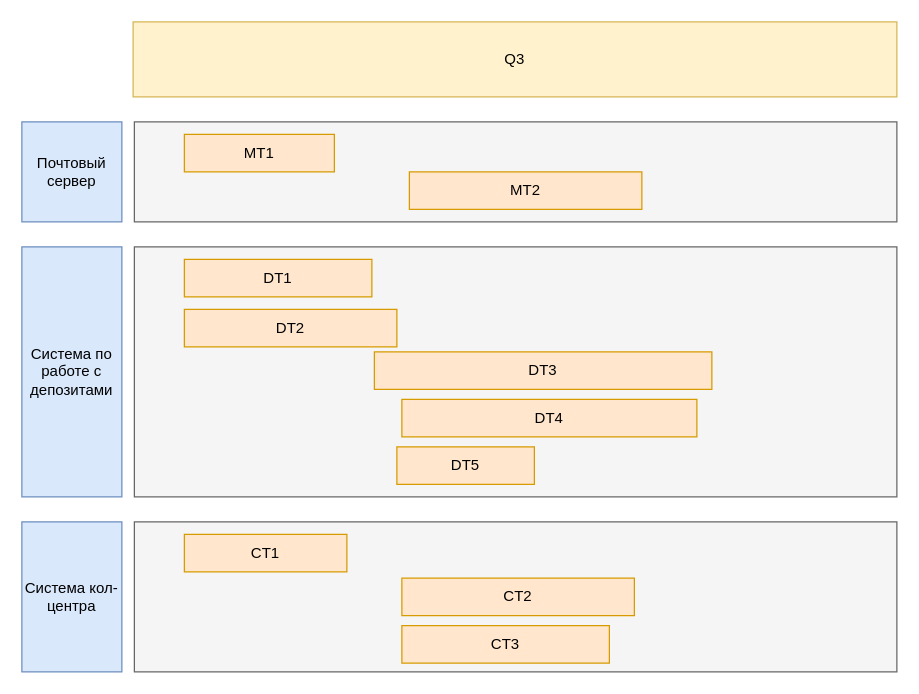
Earlier version of the draw.io diagram Task4/road_map.drawio (Dryannykh/architecture-standart). Source tidied: cells renumbered, new cells numbered last; positions are measured from the earlier drawing's top-left corner, leaving out a move shared by most shapes. Both pictures are drawn from the tidied source at 125%, with x=0, y=0 at pixel (21, 21).
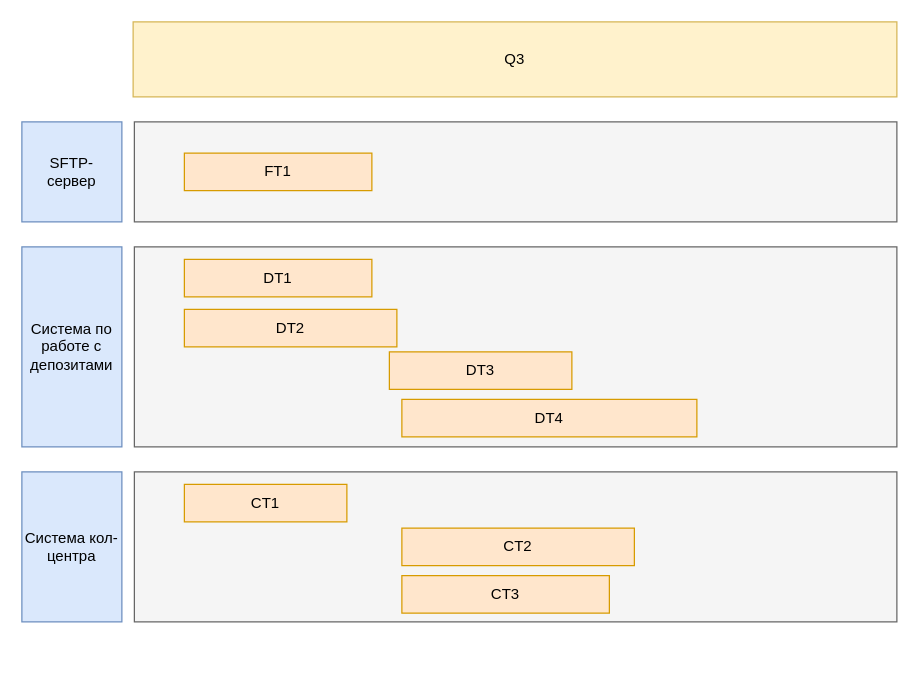
The same diagram, later.

Diff of the diagram source:
```diff
@@
 <mxGraphModel>
   <root>
     <mxCell id="0" />
     <mxCell id="1" parent="0" />
-    <mxCell id="2" value="Почтовый&lt;div&gt;сервер&lt;/div&gt;" style="whiteSpace=wrap;html=1;fillColor=#dae8fc;strokeColor=#6c8ebf;" parent="1" vertex="1">
+    <mxCell id="2" value="SFTP-&lt;div&gt;сервер&lt;/div&gt;" style="whiteSpace=wrap;html=1;fillColor=#dae8fc;strokeColor=#6c8ebf;" parent="1" vertex="1">
       <mxGeometry y="80" width="80" height="80" as="geometry" />
     </mxCell>
     <mxCell id="3" value="Q3" style="rounded=0;whiteSpace=wrap;html=1;fillColor=#fff2cc;strokeColor=#d6b656;" parent="1" vertex="1">
       <mxGeometry x="89" width="611" height="60" as="geometry" />
     </mxCell>
     <mxCell id="4" style="rounded=0;whiteSpace=wrap;html=1;fillColor=#f5f5f5;fontColor=#333333;strokeColor=#666666;" parent="1" vertex="1">
       <mxGeometry x="90" y="80" width="610" height="80" as="geometry" />
     </mxCell>
     <mxCell id="5" style="rounded=0;whiteSpace=wrap;html=1;fillColor=#f5f5f5;fontColor=#333333;strokeColor=#666666;" parent="1" vertex="1">
-      <mxGeometry x="90" y="180" width="610" height="200" as="geometry" />
+      <mxGeometry x="90" y="180" width="610" height="160" as="geometry" />
     </mxCell>
     <mxCell id="6" style="rounded=0;whiteSpace=wrap;html=1;fillColor=#f5f5f5;fontColor=#333333;strokeColor=#666666;" parent="1" vertex="1">
-      <mxGeometry x="90" y="400" width="610" height="120" as="geometry" />
+      <mxGeometry x="90" y="360" width="610" height="120" as="geometry" />
     </mxCell>
-    <mxCell id="7" value="MT1" style="rounded=0;whiteSpace=wrap;html=1;fillColor=#ffe6cc;strokeColor=#d79b00;" parent="1" vertex="1">
-      <mxGeometry x="130" y="90" width="120" height="30" as="geometry" />
+    <mxCell id="7" value="FT1" style="rounded=0;whiteSpace=wrap;html=1;fillColor=#ffe6cc;strokeColor=#d79b00;" parent="1" vertex="1">
+      <mxGeometry x="130" y="105" width="150" height="30" as="geometry" />
     </mxCell>
-    <mxCell id="8" value="MT2" style="rounded=0;whiteSpace=wrap;html=1;fillColor=#ffe6cc;strokeColor=#d79b00;" parent="1" vertex="1">
-      <mxGeometry x="310" y="120" width="186" height="30" as="geometry" />
-    </mxCell>
     <mxCell id="9" value="DT1" style="rounded=0;whiteSpace=wrap;html=1;fillColor=#ffe6cc;strokeColor=#d79b00;" parent="1" vertex="1">
       <mxGeometry x="130" y="190" width="150" height="30" as="geometry" />
     </mxCell>
     <mxCell id="10" value="DT2" style="rounded=0;whiteSpace=wrap;html=1;fillColor=#ffe6cc;strokeColor=#d79b00;" parent="1" vertex="1">
       <mxGeometry x="130" y="230" width="170" height="30" as="geometry" />
     </mxCell>
     <mxCell id="11" value="DT3" style="rounded=0;whiteSpace=wrap;html=1;fillColor=#ffe6cc;strokeColor=#d79b00;" parent="1" vertex="1">
-      <mxGeometry x="282" y="264" width="270" height="30" as="geometry" />
+      <mxGeometry x="294" y="264" width="146" height="30" as="geometry" />
     </mxCell>
     <mxCell id="12" value="DT4" style="rounded=0;whiteSpace=wrap;html=1;fillColor=#ffe6cc;strokeColor=#d79b00;" parent="1" vertex="1">
       <mxGeometry x="304" y="302" width="236" height="30" as="geometry" />
     </mxCell>
     <mxCell id="13" value="CT1" style="rounded=0;whiteSpace=wrap;html=1;fillColor=#ffe6cc;strokeColor=#d79b00;" parent="1" vertex="1">
-      <mxGeometry x="130" y="410" width="130" height="30" as="geometry" />
+      <mxGeometry x="130" y="370" width="130" height="30" as="geometry" />
     </mxCell>
     <mxCell id="14" value="CT2" style="rounded=0;whiteSpace=wrap;html=1;fillColor=#ffe6cc;strokeColor=#d79b00;" parent="1" vertex="1">
-      <mxGeometry x="304" y="445" width="186" height="30" as="geometry" />
+      <mxGeometry x="304" y="405" width="186" height="30" as="geometry" />
     </mxCell>
     <mxCell id="15" value="CT3" style="rounded=0;whiteSpace=wrap;html=1;fillColor=#ffe6cc;strokeColor=#d79b00;" parent="1" vertex="1">
-      <mxGeometry x="304" y="483" width="166" height="30" as="geometry" />
+      <mxGeometry x="304" y="443" width="166" height="30" as="geometry" />
     </mxCell>
     <mxCell id="16" value="Система по работе с депозитами" style="rounded=0;whiteSpace=wrap;html=1;fillColor=#dae8fc;strokeColor=#6c8ebf;" parent="1" vertex="1">
-      <mxGeometry y="180" width="80" height="200" as="geometry" />
+      <mxGeometry y="180" width="80" height="160" as="geometry" />
     </mxCell>
     <mxCell id="17" value="Система кол-центра" style="rounded=0;whiteSpace=wrap;html=1;fillColor=#dae8fc;strokeColor=#6c8ebf;" parent="1" vertex="1">
-      <mxGeometry y="400" width="80" height="120" as="geometry" />
+      <mxGeometry y="360" width="80" height="120" as="geometry" />
     </mxCell>
-    <mxCell id="18" value="DT5" style="rounded=0;whiteSpace=wrap;html=1;fillColor=#ffe6cc;strokeColor=#d79b00;" parent="1" vertex="1">
-      <mxGeometry x="300" y="340" width="110" height="30" as="geometry" />
-    </mxCell>
   </root>
 </mxGraphModel>
```
